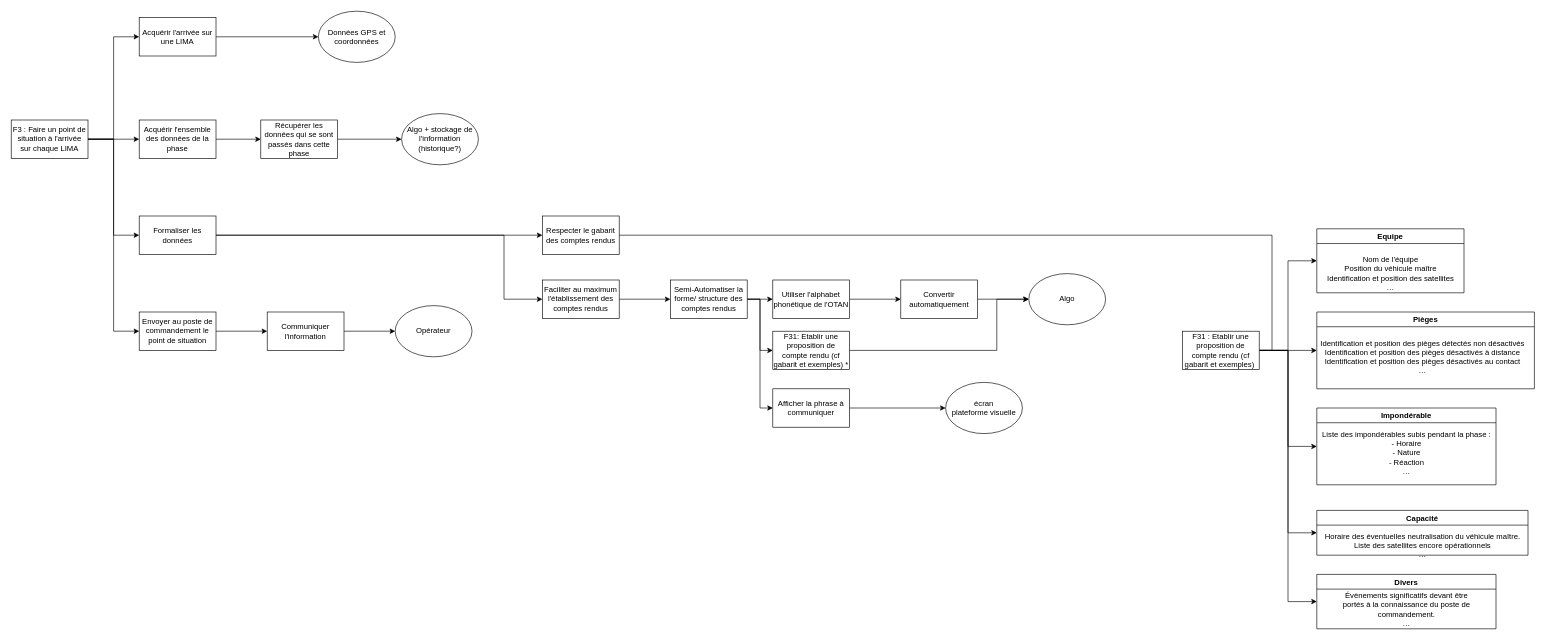
annieliu52/CoHoMa keeps this draw.io diagram as Diagrammes/F3 Point de situation LIMA.drawio. Above is the earlier version. Source tidied: cells renumbered, new cells numbered last; positions are measured from the earlier drawing's top-left corner, leaving out a move shared by most shapes. Both pictures are drawn from the tidied source at 64%, with x=0, y=0 at pixel (11, 11).
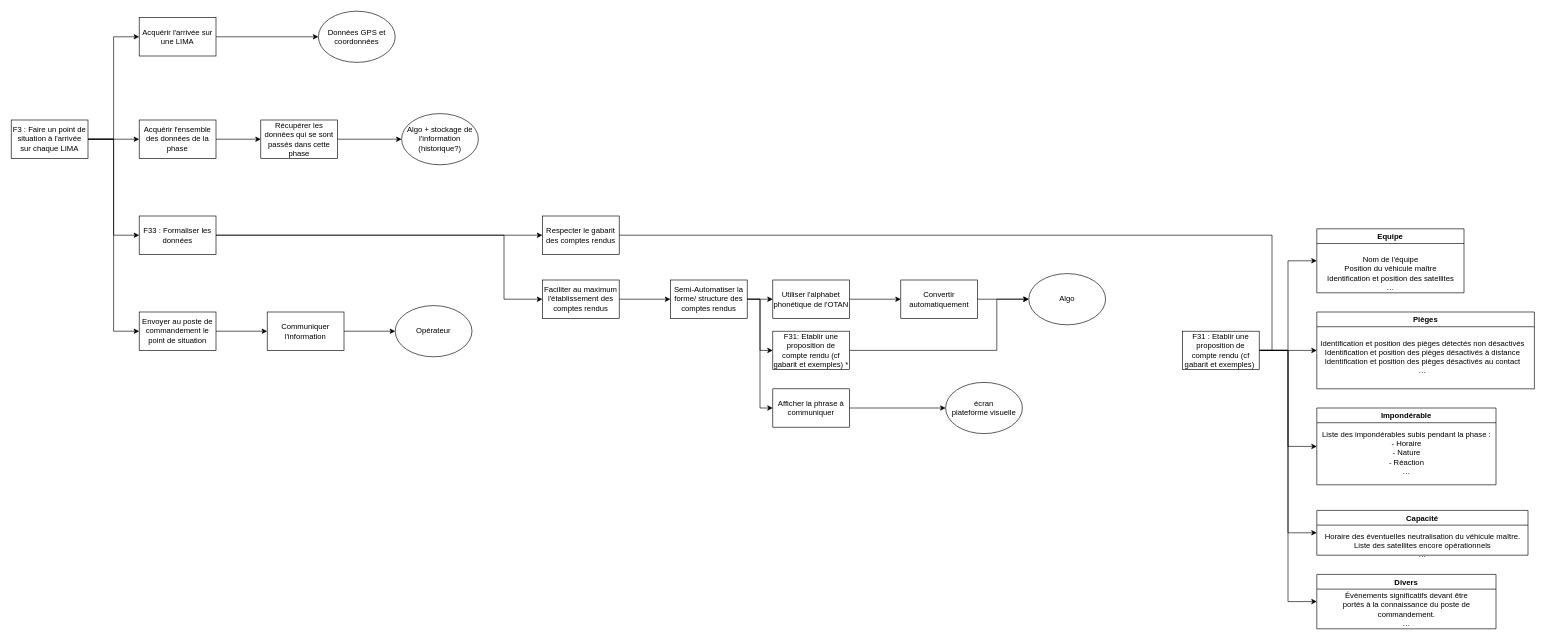
The same diagram, later.

Change to the diagram source:
```diff
@@
-    <mxCell id="18" value="Formaliser les données" style="rounded=0;whiteSpace=wrap;html=1;" parent="1" vertex="1">
+    <mxCell id="18" value="F33 : Formaliser les données" style="rounded=0;whiteSpace=wrap;html=1;" parent="1" vertex="1">
       <mxGeometry x="200" y="320" width="120" height="60" as="geometry" />
     </mxCell>
```
